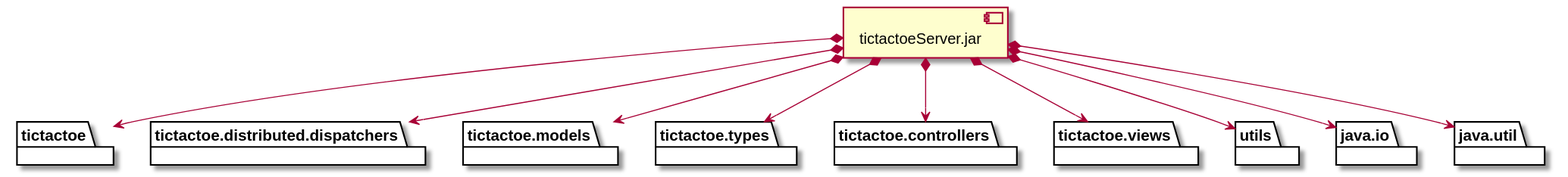
Before: docs/build/docs/asciidoc/images/diagramaImplementacionServer.svg, a diagram exported from PlantUML (x-USantaTecla-game-ticTacToe/java). The source it was exported from:
```plantuml
@startuml

package "  "  as tictactoe {
}
package "  "  as tictactoe.distributed.dispatchers {
}
package "  "  as tictactoe.models {
}
package "  "  as tictactoe.types {
}
package "  "  as tictactoe.controllers {
}
package "  "  as tictactoe.views {
}
package "  "  as utils {
}
package "  "  as java.io {
}
package "  "  as java.util {
}

[tictactoeServer.jar] as jarServer

jarServer *--> tictactoe
jarServer *--> tictactoe.distributed.dispatchers
jarServer *--> tictactoe.models
jarServer *--> tictactoe.types
jarServer *--> tictactoe.controllers
jarServer *--> tictactoe.views
jarServer *--> utils
jarServer *--> java.io
jarServer *--> java.util
@enduml
```
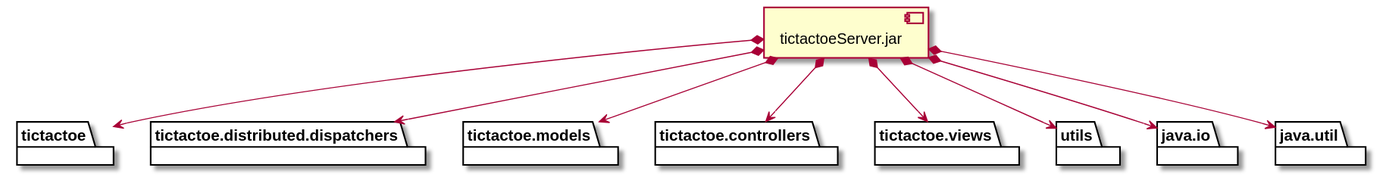
The same diagram one commit later.

Diff of the diagram source:
```diff
@@ -5,8 +5,6 @@
 package "  "  as tictactoe.distributed.dispatchers {
 }
 package "  "  as tictactoe.models {
-}
-package "  "  as tictactoe.types {
 }
 package "  "  as tictactoe.controllers {
 }
@@ -24,7 +22,6 @@
 jarServer *--> tictactoe
 jarServer *--> tictactoe.distributed.dispatchers
 jarServer *--> tictactoe.models
-jarServer *--> tictactoe.types
 jarServer *--> tictactoe.controllers
 jarServer *--> tictactoe.views
 jarServer *--> utils
```
